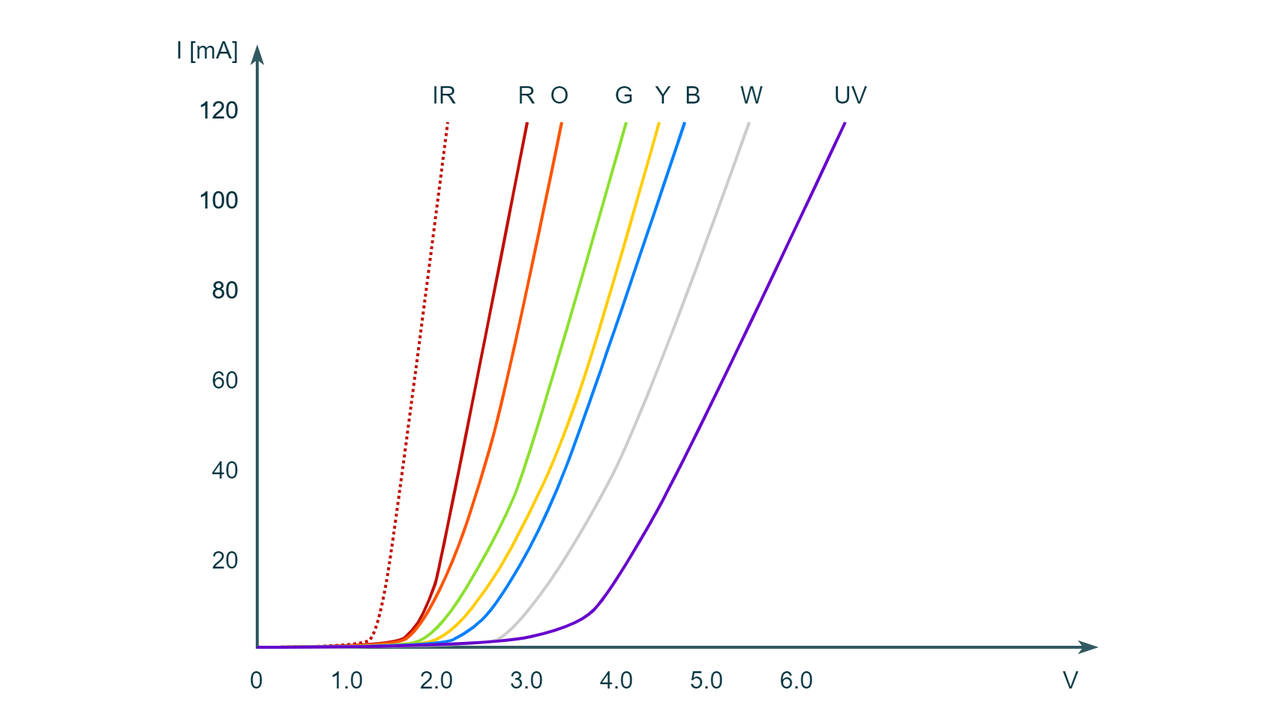
PLAY-Embedded/pe_assets keeps this draw.io diagram as draw.io/PE Articles/General knowledge/Fundamentals/A complete overview of LEDs/LED characteristic per color (PE).png. Above is the earlier version. Source tidied: cells renumbered, new cells last; positions are measured from the earlier drawing's top-left corner, leaving out a move shared by most shapes.
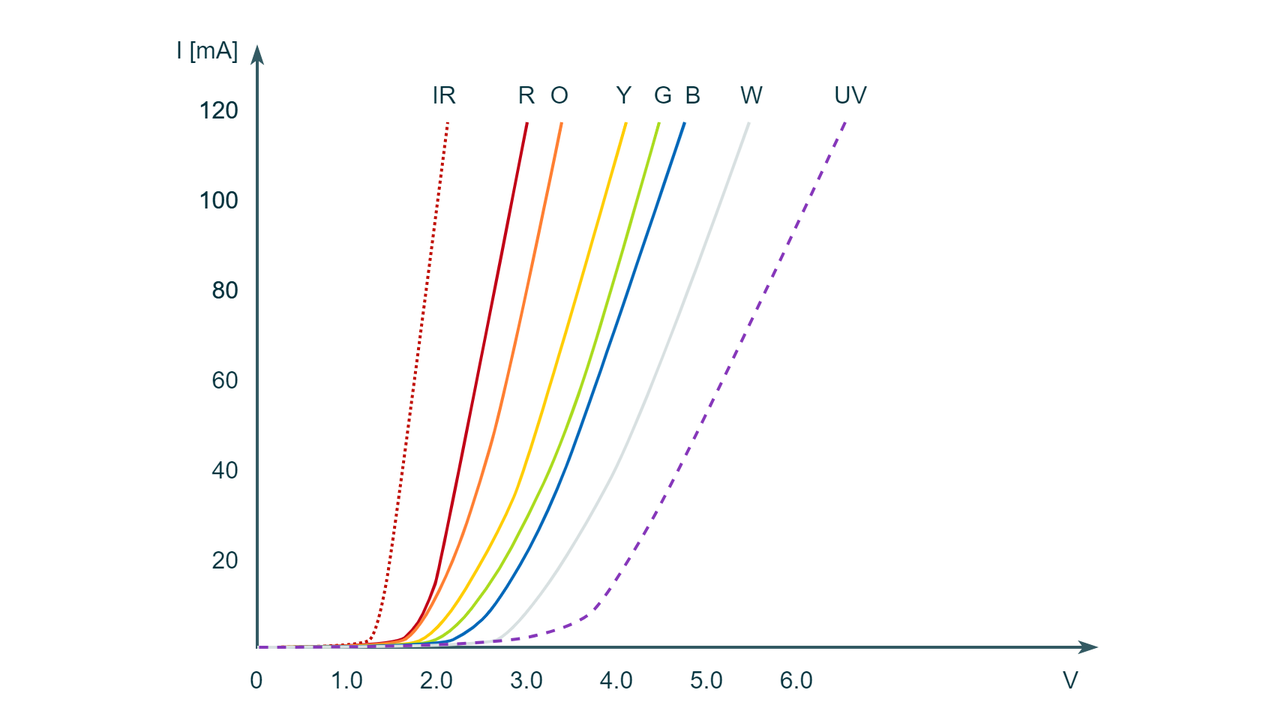
The same diagram one commit later.

What changed in the source:
```diff
@@ -28,7 +28,7 @@
         </Array>
       </mxGeometry>
     </mxCell>
-    <mxCell id="6" style="endArrow=none;html=1;strokeColor=#c00e04;strokeWidth=2;curved=1;" parent="1" edge="1">
+    <mxCell id="6" style="endArrow=none;html=1;strokeColor=#C10016;strokeWidth=2;curved=1;fillColor=#C10016;" parent="1" edge="1">
       <mxGeometry relative="1" as="geometry">
         <mxPoint x="170" y="430" as="sourcePoint" />
         <mxPoint x="350" y="80" as="targetPoint" />
@@ -40,7 +40,7 @@
         </Array>
       </mxGeometry>
     </mxCell>
-    <mxCell id="7" style="endArrow=none;html=1;strokeColor=#ff5400;strokeWidth=2;curved=1;" parent="1" edge="1">
+    <mxCell id="7" style="endArrow=none;html=1;strokeColor=#FF7F32;strokeWidth=2;curved=1;fillColor=#FF7F32;" parent="1" edge="1">
       <mxGeometry relative="1" as="geometry">
         <mxPoint x="170" y="430" as="sourcePoint" />
         <mxPoint x="373" y="80" as="targetPoint" />
@@ -53,7 +53,7 @@
         </Array>
       </mxGeometry>
     </mxCell>
-    <mxCell id="8" style="endArrow=none;html=1;strokeColor=#8ce030;strokeWidth=2;curved=1;" parent="1" edge="1">
+    <mxCell id="8" style="endArrow=none;html=1;strokeColor=#FFCD00;strokeWidth=2;curved=1;fillColor=#FFCD00;" parent="1" edge="1">
       <mxGeometry relative="1" as="geometry">
         <mxPoint x="416" y="80" as="sourcePoint" />
         <mxPoint x="170" y="430" as="targetPoint" />
@@ -65,7 +65,7 @@
         </Array>
       </mxGeometry>
     </mxCell>
-    <mxCell id="9" style="endArrow=none;html=1;strokeColor=#FFCC00;strokeWidth=2;curved=1;" parent="1" edge="1">
+    <mxCell id="9" style="endArrow=none;html=1;strokeColor=#AADB1E;strokeWidth=2;curved=1;fillColor=#AADB1E;" parent="1" edge="1">
       <mxGeometry relative="1" as="geometry">
         <mxPoint x="438" y="80" as="sourcePoint" />
         <mxPoint x="170" y="430" as="targetPoint" />
@@ -79,7 +79,7 @@
         </Array>
       </mxGeometry>
     </mxCell>
-    <mxCell id="10" style="endArrow=none;html=1;strokeColor=#007FFF;strokeWidth=2;curved=1;" parent="1" edge="1">
+    <mxCell id="10" style="endArrow=none;html=1;strokeColor=#0067B9;strokeWidth=2;curved=1;fillColor=#0067B9;" parent="1" edge="1">
       <mxGeometry relative="1" as="geometry">
         <mxPoint x="455" y="80" as="sourcePoint" />
         <mxPoint x="170" y="430" as="targetPoint" />
@@ -92,7 +92,7 @@
         </Array>
       </mxGeometry>
     </mxCell>
-    <mxCell id="11" style="endArrow=none;html=1;strokeColor=#CCCCCC;strokeWidth=2;curved=1;" parent="1" edge="1">
+    <mxCell id="11" style="endArrow=none;html=1;strokeColor=#D8E0E1;strokeWidth=2;curved=1;" parent="1" edge="1">
       <mxGeometry relative="1" as="geometry">
         <mxPoint x="170" y="430" as="sourcePoint" />
         <mxPoint x="498" y="80" as="targetPoint" />
@@ -104,7 +104,7 @@
         </Array>
       </mxGeometry>
     </mxCell>
-    <mxCell id="12" style="endArrow=none;html=1;strokeColor=#6600CC;strokeWidth=2;curved=1;" parent="1" edge="1">
+    <mxCell id="12" style="endArrow=none;html=1;strokeColor=#8637BA;strokeWidth=2;curved=1;fillColor=#8637BA;dashed=1;" parent="1" edge="1">
       <mxGeometry relative="1" as="geometry">
         <mxPoint x="562" y="80" as="sourcePoint" />
         <mxPoint x="170" y="430" as="targetPoint" />
@@ -125,10 +125,10 @@
     <mxCell id="15" value="&lt;font color=&quot;#00313c&quot; style=&quot;font-size: 16px;&quot;&gt;O&lt;/font&gt;" style="rounded=0;whiteSpace=wrap;html=1;strokeColor=none;strokeWidth=2;fontFamily=Arial;fontSize=20;fontColor=#101820;fillColor=none;align=center;" parent="1" vertex="1">
       <mxGeometry x="362" y="50" width="20" height="20" as="geometry" />
     </mxCell>
-    <mxCell id="16" value="&lt;font color=&quot;#00313c&quot; style=&quot;font-size: 16px;&quot;&gt;G&lt;/font&gt;" style="rounded=0;whiteSpace=wrap;html=1;strokeColor=none;strokeWidth=2;fontFamily=Arial;fontSize=20;fontColor=#101820;fillColor=none;align=center;" parent="1" vertex="1">
+    <mxCell id="16" value="&lt;font color=&quot;#00313c&quot; style=&quot;font-size: 16px;&quot;&gt;Y&lt;/font&gt;" style="rounded=0;whiteSpace=wrap;html=1;strokeColor=none;strokeWidth=2;fontFamily=Arial;fontSize=20;fontColor=#101820;fillColor=none;align=center;" parent="1" vertex="1">
       <mxGeometry x="405" y="50" width="20" height="20" as="geometry" />
     </mxCell>
-    <mxCell id="17" value="&lt;font color=&quot;#00313c&quot; style=&quot;font-size: 16px;&quot;&gt;Y&lt;/font&gt;" style="rounded=0;whiteSpace=wrap;html=1;strokeColor=none;strokeWidth=2;fontFamily=Arial;fontSize=20;fontColor=#101820;fillColor=none;align=center;" parent="1" vertex="1">
+    <mxCell id="17" value="&lt;font color=&quot;#00313c&quot; style=&quot;font-size: 16px;&quot;&gt;G&lt;/font&gt;" style="rounded=0;whiteSpace=wrap;html=1;strokeColor=none;strokeWidth=2;fontFamily=Arial;fontSize=20;fontColor=#101820;fillColor=none;align=center;" parent="1" vertex="1">
       <mxGeometry x="431" y="50" width="20" height="20" as="geometry" />
     </mxCell>
     <mxCell id="18" value="&lt;font color=&quot;#00313c&quot; style=&quot;font-size: 16px;&quot;&gt;B&lt;/font&gt;" style="rounded=0;whiteSpace=wrap;html=1;strokeColor=none;strokeWidth=2;fontFamily=Arial;fontSize=20;fontColor=#101820;fillColor=none;align=center;" parent="1" vertex="1">
```
